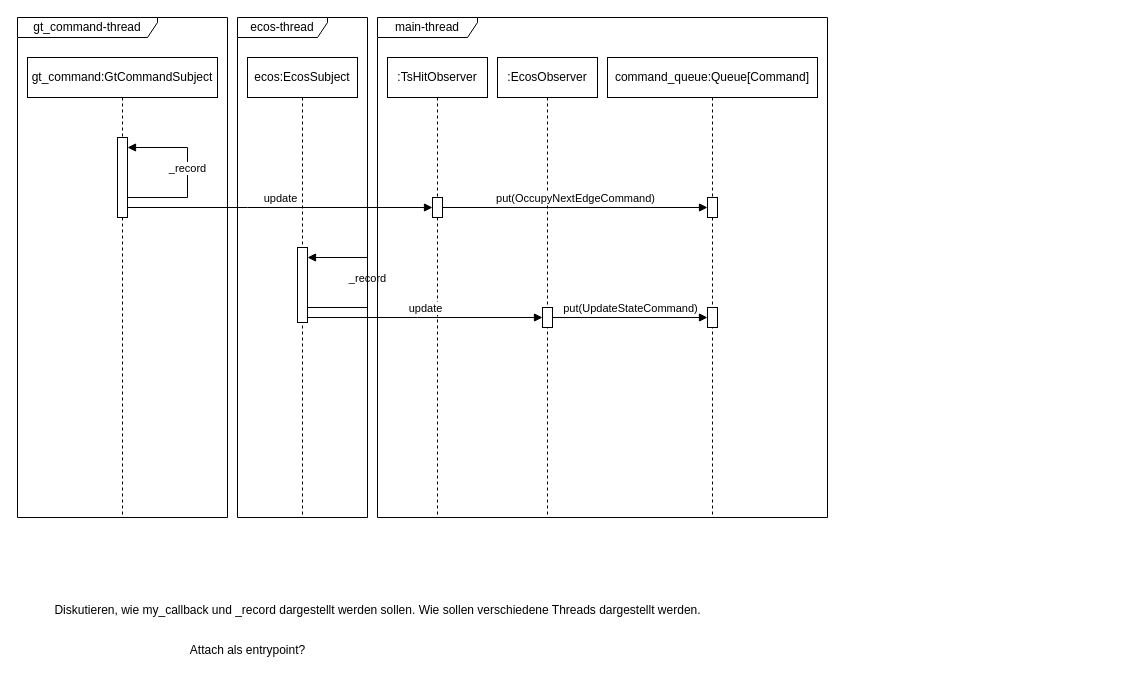
Earlier version of the draw.io diagram procedural/trainswitch_hit.drawio (pascalreiss/draw_io_stuff). Source tidied: cells renumbered, new cells numbered last; positions are measured from the earlier drawing's top-left corner, leaving out a move shared by most shapes. Both pictures are drawn from the tidied source at 100%, with x=0, y=0 at pixel (17, 17).
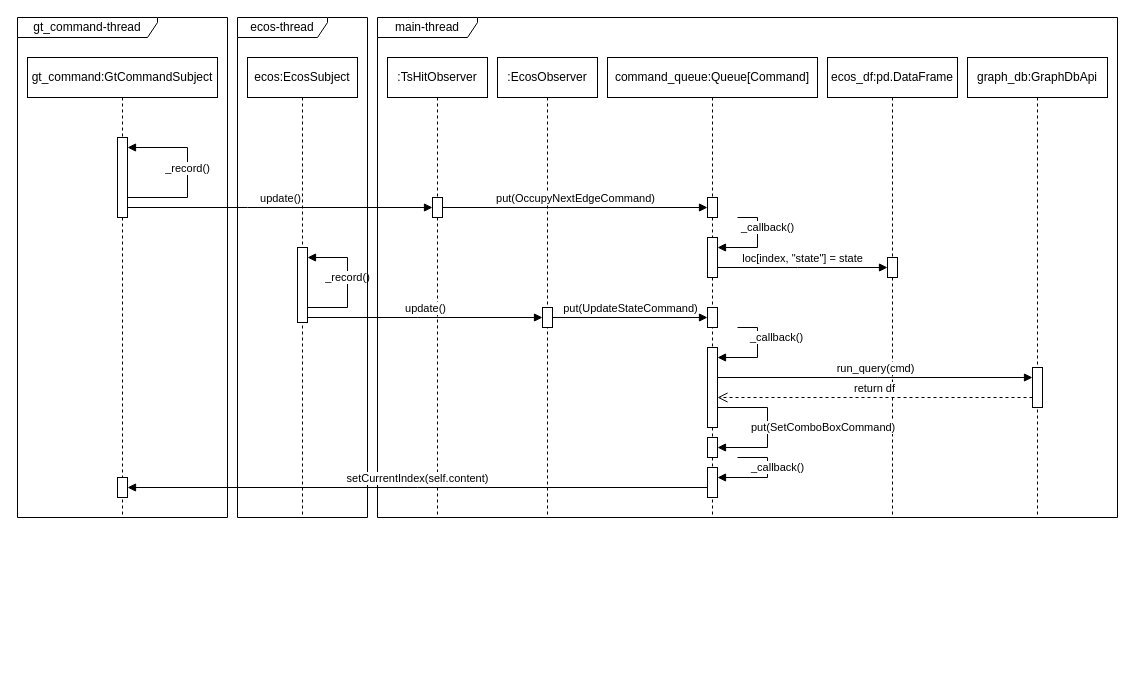
The same page after the edit.

The change refers to these unchanged cells:
```xml
<mxCell id="2" value="gt_command:GtCommandSubject" style="shape=umlLifeline;perimeter=lifelinePerimeter;whiteSpace=wrap;html=1;newEdgeStyle={&quot;curved&quot;:0,&quot;rounded&quot;:0};" parent="1" vertex="1">
  <mxGeometry x="10" y="40" width="190" height="460" as="geometry" />
</mxCell>
<mxCell id="3" style="html=1;points=[[0,0,0,0,5],[0,1,0,0,-5],[1,0,0,0,5],[1,1,0,0,-5]];perimeter=orthogonalPerimeter;outlineConnect=0;targetShapes=umlLifeline;portConstraint=eastwest;newEdgeStyle={&quot;curved&quot;:0,&quot;rounded&quot;:0};" parent="2" vertex="1">
  <mxGeometry x="90" y="80" width="10" height="80" as="geometry" />
</mxCell>
<mxCell id="5" value="ecos:EcosSubject" style="shape=umlLifeline;perimeter=lifelinePerimeter;whiteSpace=wrap;html=1;newEdgeStyle={&quot;curved&quot;:0,&quot;rounded&quot;:0};" parent="1" vertex="1">
  <mxGeometry x="230" y="40" width="110" height="460" as="geometry" />
</mxCell>
<mxCell id="6" style="html=1;points=[[0,0,0,0,5],[0,1,0,0,-5],[1,0,0,0,5],[1,1,0,0,-5]];perimeter=orthogonalPerimeter;outlineConnect=0;targetShapes=umlLifeline;portConstraint=eastwest;newEdgeStyle={&quot;curved&quot;:0,&quot;rounded&quot;:0};" parent="5" vertex="1">
  <mxGeometry x="50" y="190" width="10" height="75" as="geometry" />
</mxCell>
<mxCell id="9" style="html=1;points=[[0,0,0,0,5],[0,1,0,0,-5],[1,0,0,0,5],[1,1,0,0,-5]];perimeter=orthogonalPerimeter;outlineConnect=0;targetShapes=umlLifeline;portConstraint=eastwest;newEdgeStyle={&quot;curved&quot;:0,&quot;rounded&quot;:0};" parent="8" vertex="1">
  <mxGeometry x="45" y="140" width="10" height="20" as="geometry" />
</mxCell>
<mxCell id="11" style="html=1;points=[[0,0,0,0,5],[0,1,0,0,-5],[1,0,0,0,5],[1,1,0,0,-5]];perimeter=orthogonalPerimeter;outlineConnect=0;targetShapes=umlLifeline;portConstraint=eastwest;newEdgeStyle={&quot;curved&quot;:0,&quot;rounded&quot;:0};" parent="10" vertex="1">
  <mxGeometry x="45" y="250" width="10" height="20" as="geometry" />
</mxCell>
```

What changed in the source:
```diff
@@
+    <mxCell id="24" value="graph_db:GraphDbApi" style="shape=umlLifeline;perimeter=lifelinePerimeter;whiteSpace=wrap;html=1;newEdgeStyle={&quot;curved&quot;:0,&quot;rounded&quot;:0};" parent="1" vertex="1">
+      <mxGeometry x="950" y="40" width="140" height="460" as="geometry" />
+    </mxCell>
@@
-    <mxCell id="4" value="_record" style="html=1;verticalAlign=bottom;endArrow=block;curved=0;rounded=0;" parent="2" edge="1" source="3" target="3">
+    <mxCell id="4" value="_record()" style="html=1;verticalAlign=bottom;endArrow=block;curved=0;rounded=0;" parent="2" edge="1" source="3" target="3">
       <mxGeometry x="-0.06" relative="1" as="geometry">
         <Array as="points">
           <mxPoint x="160" y="140" />
           <mxPoint x="160" y="90" />
         </Array>
       </mxGeometry>
     </mxCell>
@@
-    <mxCell id="7" value="_record" style="html=1;verticalAlign=bottom;endArrow=block;curved=0;rounded=0;" parent="5" edge="1" source="6" target="6">
+    <mxCell id="7" value="_record()" style="html=1;verticalAlign=bottom;endArrow=block;curved=0;rounded=0;" parent="5" edge="1" source="6" target="6">
       <mxGeometry x="-0.06" relative="1" as="geometry">
         <Array as="points">
-          <mxPoint x="120" y="250" />
-          <mxPoint x="120" y="200" />
+          <mxPoint x="100" y="250" />
+          <mxPoint x="100" y="200" />
         </Array>
       </mxGeometry>
     </mxCell>
@@
-    <mxCell id="12" value="update" style="html=1;verticalAlign=bottom;endArrow=block;curved=0;rounded=0;" parent="1" edge="1" source="6" target="11">
+    <mxCell id="12" value="update()" style="html=1;verticalAlign=bottom;endArrow=block;curved=0;rounded=0;" parent="1" edge="1" source="6" target="11">
       <mxGeometry relative="1" as="geometry">
         <Array as="points">
           <mxPoint x="400" y="300" />
         </Array>
       </mxGeometry>
     </mxCell>
-    <mxCell id="13" value="Diskutieren, wie my_callback und _record dargestellt werden sollen. Wie sollen verschiedene Threads dargestellt werden." style="text;html=1;align=center;verticalAlign=middle;strokeColor=none;fillColor=none;" parent="1" vertex="1">
-      <mxGeometry x="25" y="578" width="670" height="30" as="geometry" />
-    </mxCell>
-    <mxCell id="14" value="Attach als entrypoint?" style="text;html=1;align=center;verticalAlign=middle;strokeColor=none;fillColor=none;" parent="1" vertex="1">
-      <mxGeometry x="160" y="618" width="140" height="30" as="geometry" />
-    </mxCell>
-    <mxCell id="15" value="update" style="html=1;verticalAlign=bottom;endArrow=block;curved=0;rounded=0;" parent="1" edge="1" source="3" target="9">
+    <mxCell id="15" value="update()" style="html=1;verticalAlign=bottom;endArrow=block;curved=0;rounded=0;" parent="1" edge="1" source="3" target="9">
       <mxGeometry relative="1" as="geometry">
         <Array as="points">
           <mxPoint x="230" y="190" />
         </Array>
       </mxGeometry>
     </mxCell>
@@
     <mxCell id="23" value="main-thread" style="shape=umlFrame;whiteSpace=wrap;html=1;width=100;height=20;" parent="1" vertex="1">
-      <mxGeometry x="360" width="450" height="500" as="geometry" />
+      <mxGeometry x="360" width="740" height="500" as="geometry" />
     </mxCell>
+    <mxCell id="25" style="html=1;points=[[0,0,0,0,5],[0,1,0,0,-5],[1,0,0,0,5],[1,1,0,0,-5]];perimeter=orthogonalPerimeter;outlineConnect=0;targetShapes=umlLifeline;portConstraint=eastwest;newEdgeStyle={&quot;curved&quot;:0,&quot;rounded&quot;:0};" parent="1" vertex="1">
+      <mxGeometry x="690" y="220" width="10" height="40" as="geometry" />
+    </mxCell>
+    <mxCell id="26" value="_callback()" style="html=1;align=left;spacingLeft=2;endArrow=block;rounded=0;edgeStyle=orthogonalEdgeStyle;curved=0;rounded=0;" parent="1" edge="1" target="25">
+      <mxGeometry x="-1" y="-10" relative="1" as="geometry">
+        <mxPoint x="720" y="200" as="sourcePoint" />
+        <Array as="points">
+          <mxPoint x="740" y="200" />
+          <mxPoint x="740" y="230" />
+        </Array>
+      </mxGeometry>
+    </mxCell>
+    <mxCell id="27" value="ecos_df:pd.DataFrame" style="shape=umlLifeline;perimeter=lifelinePerimeter;whiteSpace=wrap;html=1;newEdgeStyle={&quot;curved&quot;:0,&quot;rounded&quot;:0};" parent="1" vertex="1">
+      <mxGeometry x="810" y="40" width="130" height="460" as="geometry" />
+    </mxCell>
+    <mxCell id="28" style="html=1;points=[[0,0,0,0,5],[0,1,0,0,-5],[1,0,0,0,5],[1,1,0,0,-5]];perimeter=orthogonalPerimeter;outlineConnect=0;targetShapes=umlLifeline;portConstraint=eastwest;newEdgeStyle={&quot;curved&quot;:0,&quot;rounded&quot;:0};" parent="27" vertex="1">
+      <mxGeometry x="60" y="200" width="10" height="20" as="geometry" />
+    </mxCell>
+    <mxCell id="29" style="html=1;points=[[0,0,0,0,5],[0,1,0,0,-5],[1,0,0,0,5],[1,1,0,0,-5]];perimeter=orthogonalPerimeter;outlineConnect=0;targetShapes=umlLifeline;portConstraint=eastwest;newEdgeStyle={&quot;curved&quot;:0,&quot;rounded&quot;:0};" parent="27" vertex="1">
+      <mxGeometry x="-120" y="290" width="10" height="80" as="geometry" />
+    </mxCell>
+    <mxCell id="30" value="_callback()" style="html=1;align=left;spacingLeft=2;endArrow=block;rounded=0;edgeStyle=orthogonalEdgeStyle;curved=0;rounded=0;" parent="27" edge="1" target="29">
+      <mxGeometry x="-0.8" y="-10" relative="1" as="geometry">
+        <mxPoint x="-90" y="270" as="sourcePoint" />
+        <Array as="points">
+          <mxPoint x="-70" y="270" />
+          <mxPoint x="-70" y="300" />
+        </Array>
+      </mxGeometry>
+    </mxCell>
+    <mxCell id="31" style="html=1;points=[[0,0,0,0,5],[0,1,0,0,-5],[1,0,0,0,5],[1,1,0,0,-5]];perimeter=orthogonalPerimeter;outlineConnect=0;targetShapes=umlLifeline;portConstraint=eastwest;newEdgeStyle={&quot;curved&quot;:0,&quot;rounded&quot;:0};" parent="27" vertex="1">
+      <mxGeometry x="-120" y="410" width="10" height="30" as="geometry" />
+    </mxCell>
+    <mxCell id="32" value="_callback()" style="html=1;align=left;spacingLeft=2;endArrow=block;rounded=0;edgeStyle=orthogonalEdgeStyle;curved=0;rounded=0;" parent="27" edge="1" target="31">
+      <mxGeometry x="0.4" y="-10" relative="1" as="geometry">
+        <mxPoint x="-90" y="400" as="sourcePoint" />
+        <Array as="points">
+          <mxPoint x="-90" y="400" />
+          <mxPoint x="-60" y="400" />
+          <mxPoint x="-60" y="420" />
+        </Array>
+      </mxGeometry>
+    </mxCell>
+    <mxCell id="33" style="html=1;points=[[0,0,0,0,5],[0,1,0,0,-5],[1,0,0,0,5],[1,1,0,0,-5]];perimeter=orthogonalPerimeter;outlineConnect=0;targetShapes=umlLifeline;portConstraint=eastwest;newEdgeStyle={&quot;curved&quot;:0,&quot;rounded&quot;:0};" parent="27" vertex="1">
+      <mxGeometry x="205" y="310" width="10" height="40" as="geometry" />
+    </mxCell>
+    <mxCell id="34" value="run_query(cmd)" style="html=1;verticalAlign=bottom;endArrow=block;curved=0;rounded=0;" parent="27" edge="1" source="29" target="33">
+      <mxGeometry relative="1" as="geometry">
+        <Array as="points">
+          <mxPoint x="50" y="320" />
+        </Array>
+      </mxGeometry>
+    </mxCell>
+    <mxCell id="35" value="return df" style="html=1;verticalAlign=bottom;endArrow=open;dashed=1;endSize=8;curved=0;rounded=0;" parent="27" edge="1" source="33" target="29">
+      <mxGeometry relative="1" as="geometry">
+        <Array as="points">
+          <mxPoint x="50" y="340" />
+        </Array>
+      </mxGeometry>
+    </mxCell>
+    <mxCell id="36" style="html=1;points=[[0,0,0,0,5],[0,1,0,0,-5],[1,0,0,0,5],[1,1,0,0,-5]];perimeter=orthogonalPerimeter;outlineConnect=0;targetShapes=umlLifeline;portConstraint=eastwest;newEdgeStyle={&quot;curved&quot;:0,&quot;rounded&quot;:0};" parent="27" vertex="1">
+      <mxGeometry x="-120" y="380" width="10" height="20" as="geometry" />
+    </mxCell>
+    <mxCell id="37" value="put(SetComboBoxCommand)" style="html=1;align=left;spacingLeft=2;endArrow=block;rounded=0;edgeStyle=orthogonalEdgeStyle;curved=0;rounded=0;" parent="27" edge="1" source="29" target="36">
+      <mxGeometry x="0.57" y="-20" relative="1" as="geometry">
+        <Array as="points">
+          <mxPoint x="-60" y="350" />
+          <mxPoint x="-60" y="390" />
+        </Array>
+      </mxGeometry>
+    </mxCell>
+    <mxCell id="38" value="loc[index, &quot;state&quot;] = state" style="html=1;verticalAlign=bottom;endArrow=block;curved=0;rounded=0;" parent="1" edge="1" source="25" target="28">
+      <mxGeometry relative="1" as="geometry">
+        <Array as="points">
+          <mxPoint x="780" y="250" />
+        </Array>
+      </mxGeometry>
+    </mxCell>
+    <mxCell id="39" value="setCurrentIndex(self.content)" style="html=1;verticalAlign=bottom;endArrow=block;curved=0;rounded=0;" parent="1" edge="1" source="31" target="40">
+      <mxGeometry relative="1" as="geometry">
+        <Array as="points">
+          <mxPoint x="400" y="470" />
+        </Array>
+      </mxGeometry>
+    </mxCell>
+    <mxCell id="40" style="html=1;points=[[0,0,0,0,5],[0,1,0,0,-5],[1,0,0,0,5],[1,1,0,0,-5]];perimeter=orthogonalPerimeter;outlineConnect=0;targetShapes=umlLifeline;portConstraint=eastwest;newEdgeStyle={&quot;curved&quot;:0,&quot;rounded&quot;:0};" parent="1" vertex="1">
+      <mxGeometry x="100" y="460" width="10" height="20" as="geometry" />
+    </mxCell>
```
